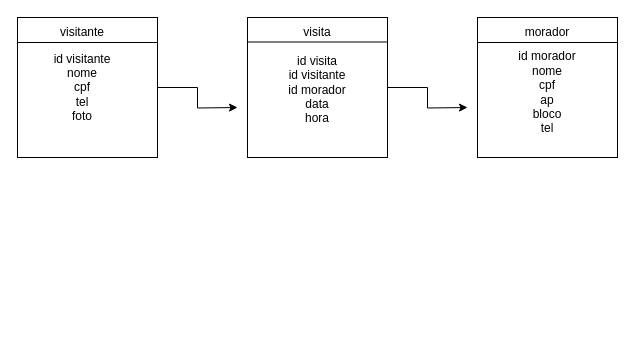
jaoilx24/tecnico-3ds keeps this draw.io diagram as uml.drawio. Above is the earlier version. Source tidied: cells renumbered, new cells numbered last; positions are measured from the earlier drawing's top-left corner, leaving out a move shared by most shapes. Both pictures are drawn from the tidied source at 100%, with x=0, y=0 at pixel (17, 17).
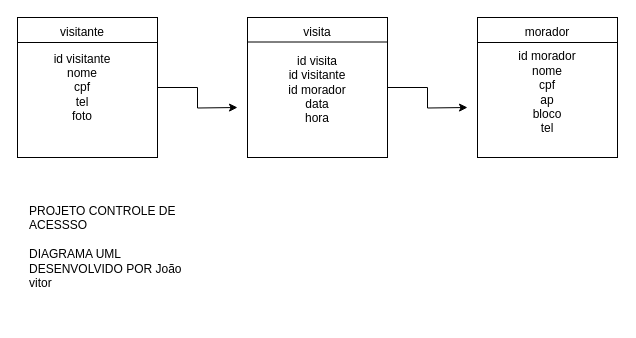
After the change.

What changed in the source:
```diff
@@
+    <mxCell id="16" value="PROJETO CONTROLE DE ACESSSO&lt;div&gt;&lt;br&gt;&lt;/div&gt;&lt;div&gt;DIAGRAMA UML&lt;/div&gt;&lt;div&gt;DESENVOLVIDO POR João vitor&lt;/div&gt;" style="text;html=1;whiteSpace=wrap;overflow=hidden;rounded=0;" parent="1" vertex="1">
+      <mxGeometry x="10" y="180" width="180" height="120" as="geometry" />
+    </mxCell>
```
